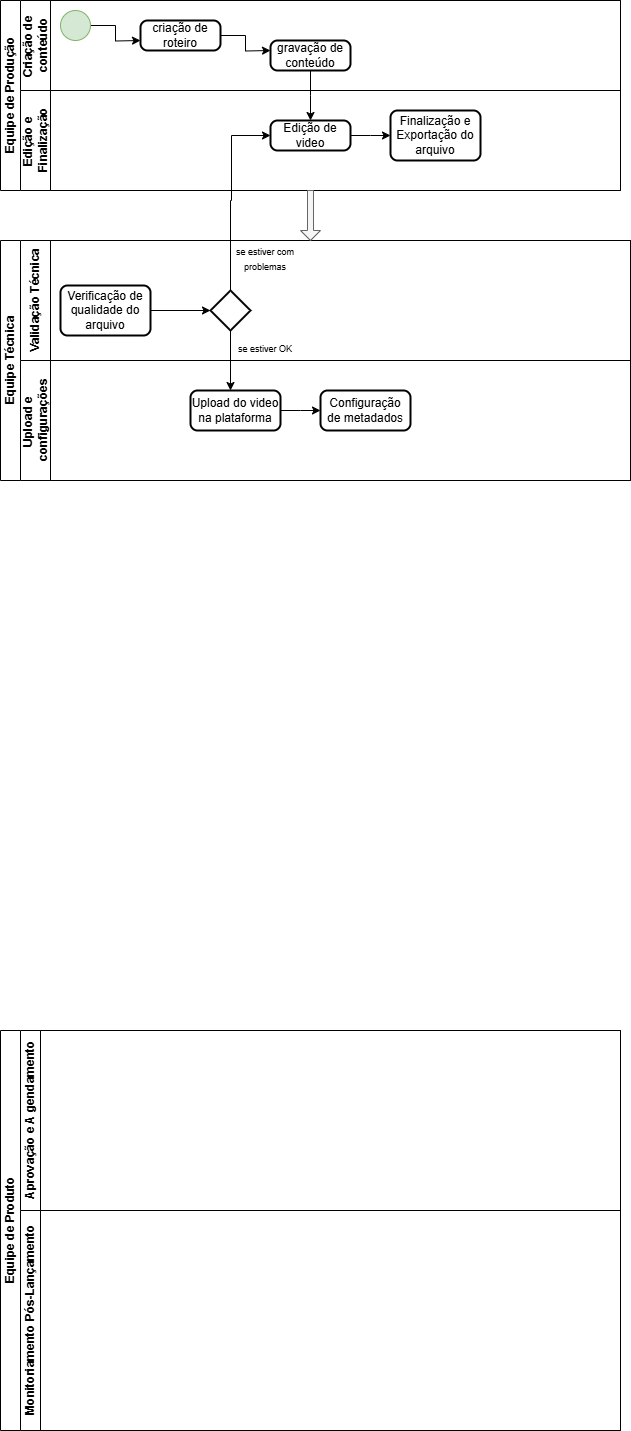
Andynlx01/fluxograma.aprensa-o keeps this draw.io diagram as Diagrama 2.0.drawio.png. Above is the earlier version. Source tidied: cells renumbered, new cells last; positions are measured from the earlier drawing's top-left corner, leaving out a move shared by most shapes.
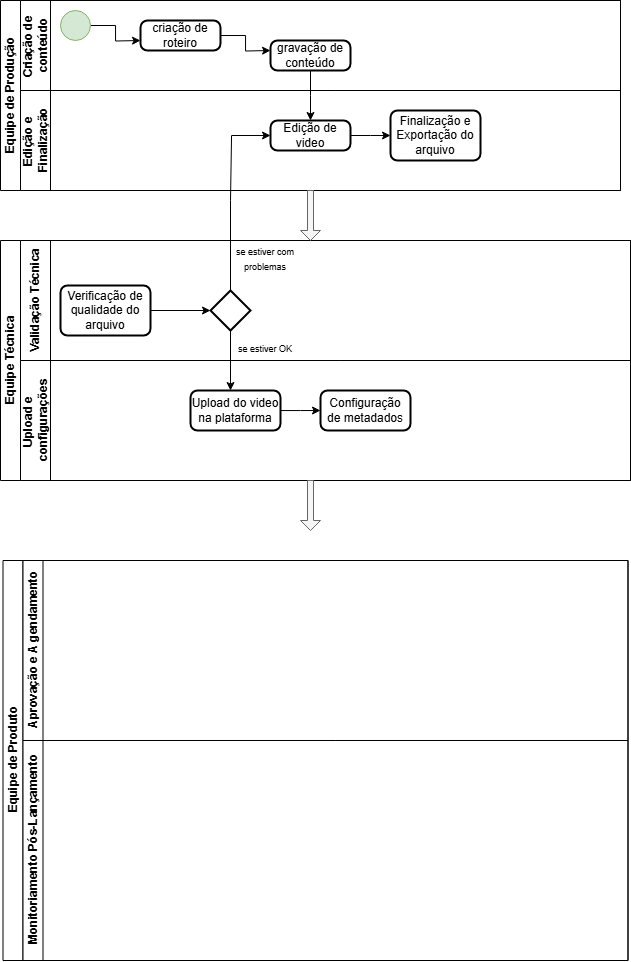
Later version of the same file.

What changed in the source:
```diff
@@ -87,13 +87,13 @@
       <mxGeometry x="300" y="30" width="90" height="40" as="geometry" />
     </mxCell>
     <mxCell id="26" value="Equipe de Produto" style="swimlane;horizontal=0;startSize=20;html=1;" parent="1" vertex="1">
-      <mxGeometry y="1030" width="620" height="400" as="geometry" />
+      <mxGeometry x="2.5" y="560" width="625" height="400" as="geometry" />
     </mxCell>
     <mxCell id="27" value="Aprovação e A gendamento" style="swimlane;startSize=20;horizontal=0;html=1;" parent="26" vertex="1">
-      <mxGeometry x="20" width="600" height="180" as="geometry" />
+      <mxGeometry x="20" width="605" height="180" as="geometry" />
     </mxCell>
     <mxCell id="28" value="Monitoriamento Pós-Lançamento" style="swimlane;startSize=20;horizontal=0;html=1;" parent="26" vertex="1">
-      <mxGeometry x="20" y="180" width="600" height="220" as="geometry" />
+      <mxGeometry x="20" y="180" width="605" height="220" as="geometry" />
     </mxCell>
     <mxCell id="29" style="shape=singleArrow;direction=south;whiteSpace=wrap;html=1;fillColor=#f5f5f5;fontColor=#333333;strokeColor=#666666;" parent="1" vertex="1">
       <mxGeometry x="300" y="190" width="20" height="50" as="geometry" />
@@ -107,5 +107,8 @@
         </Array>
       </mxGeometry>
     </mxCell>
+    <mxCell id="31" style="shape=singleArrow;direction=south;whiteSpace=wrap;html=1;fillColor=#f5f5f5;fontColor=#333333;strokeColor=#666666;" parent="1" vertex="1">
+      <mxGeometry x="300" y="480" width="20" height="50" as="geometry" />
+    </mxCell>
   </root>
 </mxGraphModel>
```
